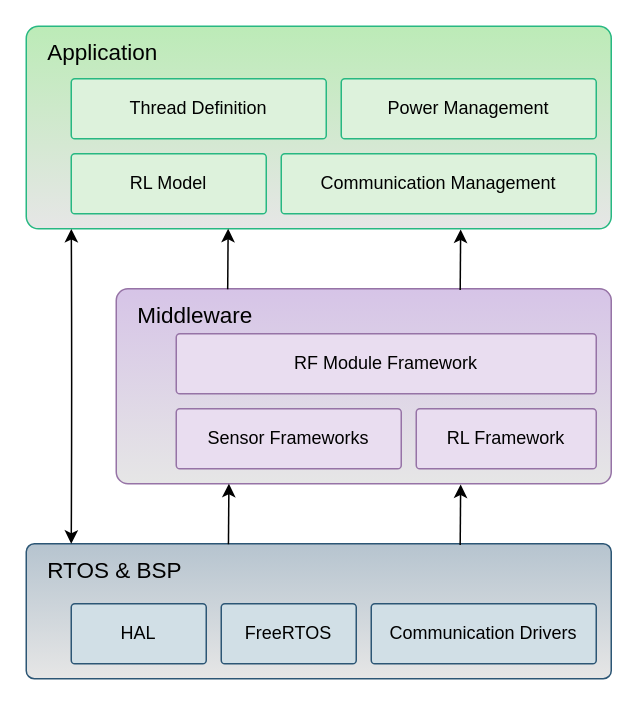
Above: 2. Analysis/4. Software Architecture/software_architecture_local.drawio in esrg-silent-howl/zephyrus (draw.io), before the change. Source tidied: cells renumbered, new cells numbered last; positions are measured from the earlier drawing's top-left corner, leaving out a move shared by most shapes. Both pictures are drawn from the tidied source at 150%, with x=0, y=0 at pixel (26, 26).
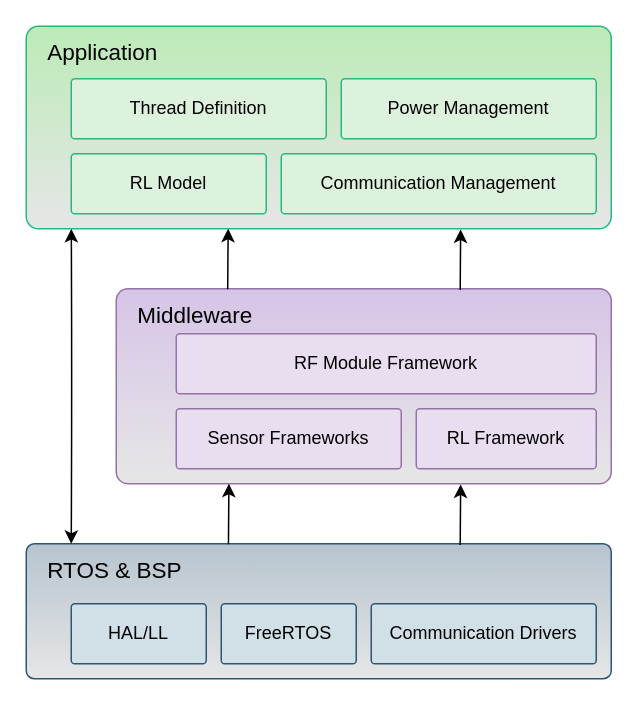
After the change.

Change to the diagram source:
```diff
@@
-    <mxCell id="18" value="HAL" style="rounded=1;whiteSpace=wrap;html=1;align=center;verticalAlign=middle;arcSize=6;strokeColor=#2C5675;fillColor=#D1DFE6;" parent="1" vertex="1">
+    <mxCell id="18" value="HAL/LL" style="rounded=1;whiteSpace=wrap;html=1;align=center;verticalAlign=middle;arcSize=6;strokeColor=#2C5675;fillColor=#D1DFE6;" parent="1" vertex="1">
       <mxGeometry x="30" y="385" width="90" height="40" as="geometry" />
     </mxCell>
```
